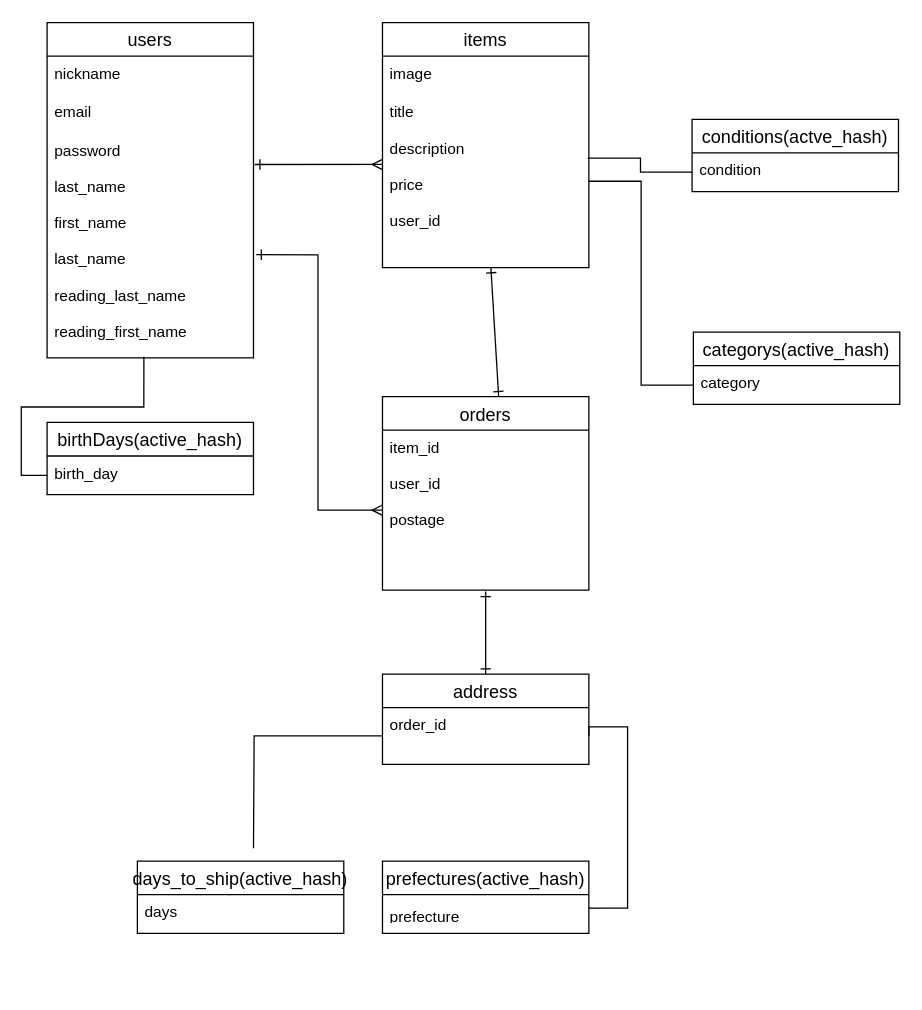
Earlier version of the draw.io diagram er.dio (maradonamania/furima-36256). Source tidied: cells renumbered, new cells numbered last; positions are measured from the earlier drawing's top-left corner, leaving out a move shared by most shapes. Both pictures are drawn from the tidied source at 129%, with x=0, y=0 at pixel (46, 22).
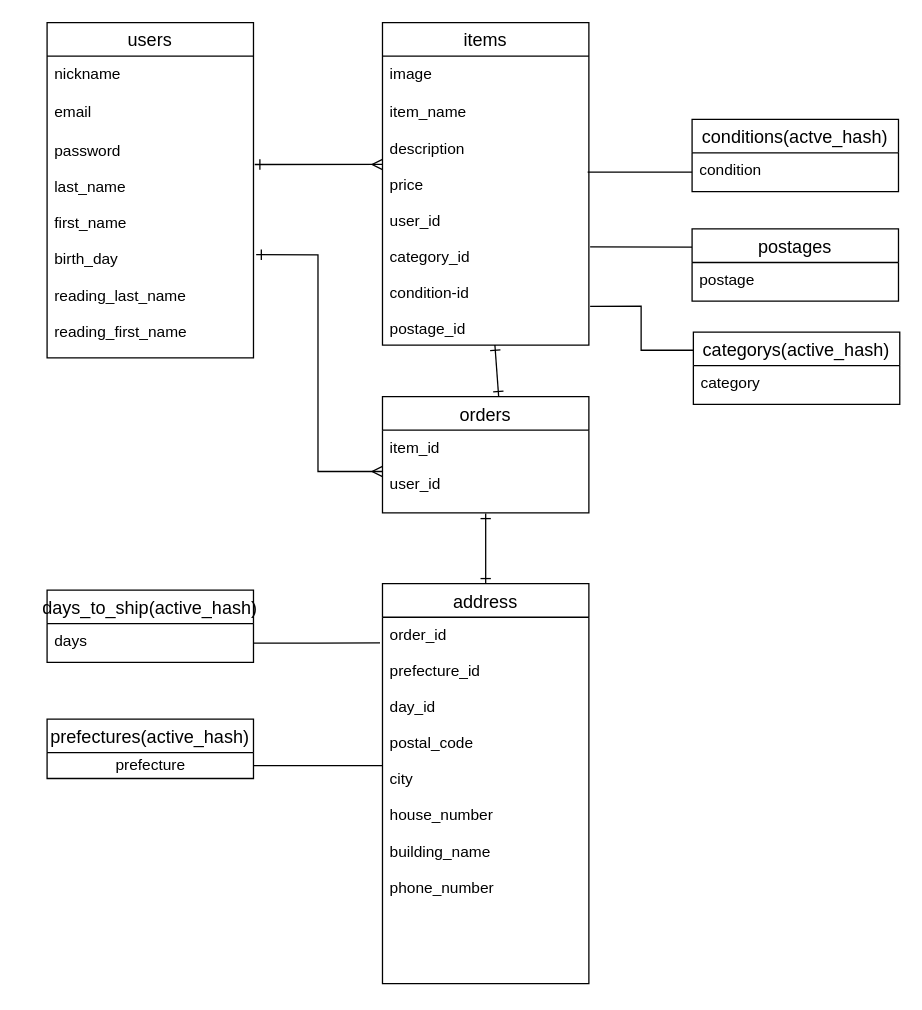
The same diagram, later.

Commit message (it also covers changes not shown here):
BD設計・ER図修正

The change refers to these unchanged cells:
```xml
<mxCell id="2" value="users" style="swimlane;fontStyle=0;horizontal=1;startSize=26;align=center;fontSize=14;" parent="1" vertex="1">
  <mxGeometry width="160" height="260" as="geometry" />
</mxCell>
<mxCell id="19" value="days" style="text;strokeColor=none;fillColor=none;spacingLeft=4;spacingRight=4;overflow=hidden;points=[[0,0.5],[1,0.5]];portConstraint=eastwest;fontSize=12;" parent="18" vertex="1">
  <mxGeometry y="26" width="160" height="30" as="geometry" />
</mxCell>
<mxCell id="28" value="condition" style="text;strokeColor=none;fillColor=none;spacingLeft=4;spacingRight=4;overflow=hidden;points=[[0,0.5],[1,0.5]];portConstraint=eastwest;fontSize=12;" parent="27" vertex="1">
  <mxGeometry y="26" width="160" height="30" as="geometry" />
</mxCell>
<mxCell id="29" value="categorys(active_hash)" style="swimlane;fontStyle=0;horizontal=1;startSize=26;align=center;fontSize=14;" parent="1" vertex="1">
  <mxGeometry x="501" y="240" width="160" height="56" as="geometry" />
</mxCell>
<mxCell id="30" value="category" style="text;strokeColor=none;fillColor=none;spacingLeft=4;spacingRight=4;overflow=hidden;points=[[0,0.5],[1,0.5]];portConstraint=eastwest;fontSize=12;" parent="29" vertex="1">
  <mxGeometry y="26" width="160" height="30" as="geometry" />
</mxCell>
```

The edit, as a diff of the source:
```diff
@@
-    <mxCell id="5" value="password&#10;&#10;last_name&#10;&#10;first_name&#10;&#10;last_name&#10;&#10;reading_last_name&#10;&#10;reading_first_name&#10;" style="text;strokeColor=none;fillColor=none;spacingLeft=4;spacingRight=4;overflow=hidden;points=[[0,0.5],[1,0.5]];portConstraint=eastwest;fontSize=12;" parent="2" vertex="1">
+    <mxCell id="5" value="password&#10;&#10;last_name&#10;&#10;first_name&#10;&#10;birth_day&#10;&#10;reading_last_name&#10;&#10;reading_first_name&#10;" style="text;strokeColor=none;fillColor=none;spacingLeft=4;spacingRight=4;overflow=hidden;points=[[0,0.5],[1,0.5]];portConstraint=eastwest;fontSize=12;" parent="2" vertex="1">
       <mxGeometry y="86" width="160" height="174" as="geometry" />
     </mxCell>
     <mxCell id="6" value="items" style="swimlane;fontStyle=0;horizontal=1;startSize=26;align=center;fontSize=14;" parent="1" vertex="1">
-      <mxGeometry x="260" width="160" height="190" as="geometry" />
+      <mxGeometry x="260" width="160" height="250" as="geometry" />
     </mxCell>
@@
-    <mxCell id="8" value="title&#10;&#10;description&#10;&#10;price&#10;&#10;user_id" style="text;strokeColor=none;fillColor=none;spacingLeft=4;spacingRight=4;overflow=hidden;points=[[0,0.5],[1,0.5]];portConstraint=eastwest;fontSize=12;" parent="6" vertex="1">
-      <mxGeometry y="56" width="160" height="134" as="geometry" />
+    <mxCell id="8" value="item_name&#10;&#10;description&#10;&#10;price&#10;&#10;user_id&#10;&#10;category_id&#10;&#10;condition-id&#10;&#10;postage_id&#10;" style="text;strokeColor=none;fillColor=none;spacingLeft=4;spacingRight=4;overflow=hidden;points=[[0,0.5],[1,0.5]];portConstraint=eastwest;fontSize=12;" parent="6" vertex="1">
+      <mxGeometry y="56" width="160" height="194" as="geometry" />
     </mxCell>
@@
     <mxCell id="10" value="orders" style="swimlane;fontStyle=0;horizontal=1;startSize=26;align=center;fontSize=14;" parent="1" vertex="1">
-      <mxGeometry x="260" y="290" width="160" height="150" as="geometry" />
+      <mxGeometry x="260" y="290" width="160" height="90" as="geometry" />
     </mxCell>
-    <mxCell id="11" value="item_id&#10;&#10;user_id&#10;&#10;postage" style="text;strokeColor=none;fillColor=none;spacingLeft=4;spacingRight=4;overflow=hidden;points=[[0,0.5],[1,0.5]];portConstraint=eastwest;fontSize=12;" parent="10" vertex="1">
-      <mxGeometry y="26" width="160" height="124" as="geometry" />
+    <mxCell id="11" value="item_id&#10;&#10;user_id&#10;" style="text;strokeColor=none;fillColor=none;spacingLeft=4;spacingRight=4;overflow=hidden;points=[[0,0.5],[1,0.5]];portConstraint=eastwest;fontSize=12;" parent="10" vertex="1">
+      <mxGeometry y="26" width="160" height="64" as="geometry" />
     </mxCell>
@@
     <mxCell id="13" value="address" style="swimlane;fontStyle=0;horizontal=1;startSize=26;align=center;fontSize=14;" parent="1" vertex="1">
-      <mxGeometry x="260" y="505" width="160" height="70" as="geometry" />
+      <mxGeometry x="260" y="435" width="160" height="310" as="geometry" />
     </mxCell>
-    <mxCell id="14" value="order_id" style="text;strokeColor=none;fillColor=none;spacingLeft=4;spacingRight=4;overflow=hidden;points=[[0,0.5],[1,0.5]];portConstraint=eastwest;fontSize=12;" parent="13" vertex="1">
-      <mxGeometry y="26" width="160" height="44" as="geometry" />
+    <mxCell id="14" value="order_id&#10;&#10;prefecture_id&#10;&#10;day_id&#10;&#10;postal_code&#10;&#10;city&#10;&#10;house_number&#10;&#10;building_name&#10;&#10;phone_number&#10;" style="text;strokeColor=none;fillColor=none;spacingLeft=4;spacingRight=4;overflow=hidden;points=[[0,0.5],[1,0.5]];portConstraint=eastwest;fontSize=12;" parent="13" vertex="1">
+      <mxGeometry y="26" width="160" height="284" as="geometry" />
     </mxCell>
@@
-    <mxCell id="16" value="birthDays(active_hash)" style="swimlane;fontStyle=0;horizontal=1;startSize=26;align=center;fontSize=14;" parent="1" vertex="1">
-      <mxGeometry y="310" width="160" height="56" as="geometry" />
-    </mxCell>
     <mxCell id="17" value="prefectures(active_hash)" style="swimlane;fontStyle=0;horizontal=1;startSize=26;align=center;fontSize=14;" parent="1" vertex="1">
-      <mxGeometry x="260" y="650" width="160" height="56" as="geometry" />
+      <mxGeometry y="540" width="160" height="46" as="geometry" />
     </mxCell>
+    <mxCell id="21" value="prefecture" style="text;html=1;align=center;verticalAlign=middle;points=[];strokeColor=none;" parent="17" vertex="1">
+      <mxGeometry y="26" width="160" height="20" as="geometry" />
+    </mxCell>
     <mxCell id="18" value="days_to_ship(active_hash)" style="swimlane;fontStyle=0;horizontal=1;startSize=26;align=center;fontSize=14;" parent="1" vertex="1">
-      <mxGeometry x="70" y="650" width="160" height="56" as="geometry" />
+      <mxGeometry y="440" width="160" height="56" as="geometry" />
     </mxCell>
@@
-    <mxCell id="20" style="edgeStyle=orthogonalEdgeStyle;rounded=0;jettySize=auto;html=1;entryX=1;entryY=0.5;entryDx=0;entryDy=0;startArrow=none;startFill=0;endArrow=none;endFill=0;endSize=6;strokeWidth=1;" parent="1" edge="1" source="21" target="14">
-      <mxGeometry relative="1" as="geometry">
-        <Array as="points">
-          <mxPoint x="450" y="687" />
-          <mxPoint x="450" y="546" />
-        </Array>
-      </mxGeometry>
-    </mxCell>
-    <mxCell id="21" value="prefecture" style="text;strokeColor=none;fillColor=none;spacingLeft=4;spacingRight=4;overflow=hidden;points=[[0,0.5],[1,0.5]];portConstraint=eastwest;fontSize=12;" parent="1" vertex="1">
-      <mxGeometry x="260" y="680" width="170" height="13" as="geometry" />
-    </mxCell>
-    <mxCell id="22" style="edgeStyle=orthogonalEdgeStyle;rounded=0;jettySize=auto;html=1;exitX=0;exitY=0.5;exitDx=0;exitDy=0;startArrow=none;startFill=0;endArrow=none;endFill=0;endSize=6;strokeWidth=1;" parent="1" edge="1" source="14">
-      <mxGeometry relative="1" as="geometry">
-        <mxPoint x="160" y="640" as="targetPoint" />
-      </mxGeometry>
-    </mxCell>
-    <mxCell id="23" style="edgeStyle=orthogonalEdgeStyle;rounded=0;orthogonalLoop=1;jettySize=auto;html=1;exitX=1;exitY=0.5;exitDx=0;exitDy=0;entryX=0.941;entryY=0.538;entryDx=0;entryDy=0;entryPerimeter=0;startArrow=none;startFill=0;endArrow=none;endFill=0;endSize=6;strokeWidth=1;" parent="1" edge="1" source="21" target="21">
-      <mxGeometry relative="1" as="geometry" />
-    </mxCell>
@@
-    <mxCell id="25" style="edgeStyle=orthogonalEdgeStyle;rounded=0;jettySize=auto;html=1;exitX=0;exitY=0.5;exitDx=0;exitDy=0;entryX=0.469;entryY=0.994;entryDx=0;entryDy=0;entryPerimeter=0;startArrow=none;startFill=0;endArrow=none;endFill=0;endSize=6;strokeWidth=1;" parent="1" edge="1" source="26" target="5">
-      <mxGeometry relative="1" as="geometry" />
-    </mxCell>
-    <mxCell id="26" value="birth_day" style="text;strokeColor=none;fillColor=none;spacingLeft=4;spacingRight=4;overflow=hidden;points=[[0,0.5],[1,0.5]];portConstraint=eastwest;fontSize=12;" parent="1" vertex="1">
-      <mxGeometry y="336" width="160" height="30" as="geometry" />
-    </mxCell>
@@
+    <mxCell id="33" style="edgeStyle=orthogonalEdgeStyle;rounded=0;jettySize=auto;html=1;exitX=0;exitY=0.25;exitDx=0;exitDy=0;entryX=1.006;entryY=0.845;entryDx=0;entryDy=0;entryPerimeter=0;endArrow=none;endFill=0;" parent="1" edge="1" source="29" target="8">
+      <mxGeometry relative="1" as="geometry" />
+    </mxCell>
@@
+    <mxCell id="34" style="edgeStyle=orthogonalEdgeStyle;rounded=0;jettySize=auto;html=1;exitX=0;exitY=0.25;exitDx=0;exitDy=0;entryX=1.006;entryY=0.608;entryDx=0;entryDy=0;entryPerimeter=0;endArrow=none;endFill=0;" parent="1" edge="1" source="35" target="8">
+      <mxGeometry relative="1" as="geometry" />
+    </mxCell>
+    <mxCell id="35" value="postages" style="swimlane;fontStyle=0;horizontal=1;startSize=26;align=center;fontSize=14;" parent="1" vertex="1">
+      <mxGeometry x="500" y="160" width="160" height="56" as="geometry" />
+    </mxCell>
+    <mxCell id="36" value="postage" style="text;strokeColor=none;fillColor=none;spacingLeft=4;spacingRight=4;overflow=hidden;fontSize=12;" parent="35" vertex="1">
+      <mxGeometry y="26" width="160" height="30" as="geometry" />
+    </mxCell>
-    <mxCell id="31" style="edgeStyle=orthogonalEdgeStyle;rounded=0;jettySize=auto;html=1;exitX=0;exitY=0.5;exitDx=0;exitDy=0;entryX=0.994;entryY=0.366;entryDx=0;entryDy=0;entryPerimeter=0;startArrow=none;startFill=0;endArrow=none;endFill=0;endSize=6;strokeWidth=1;" parent="1" edge="1" source="28" target="8">
+    <mxCell id="31" style="edgeStyle=orthogonalEdgeStyle;rounded=0;jettySize=auto;html=1;exitX=0;exitY=0.5;exitDx=0;exitDy=0;entryX=0.994;entryY=0.309;entryDx=0;entryDy=0;entryPerimeter=0;endArrow=none;endFill=0;" parent="1" edge="1" source="28" target="8">
       <mxGeometry relative="1" as="geometry" />
     </mxCell>
-    <mxCell id="32" style="edgeStyle=orthogonalEdgeStyle;rounded=0;jettySize=auto;html=1;exitX=0;exitY=0.5;exitDx=0;exitDy=0;startArrow=none;startFill=0;endArrow=none;endFill=0;endSize=6;strokeWidth=1;" parent="1" edge="1" source="30" target="8">
-      <mxGeometry relative="1" as="geometry" />
-    </mxCell>
+    <mxCell id="37" style="edgeStyle=orthogonalEdgeStyle;rounded=0;jettySize=auto;html=1;exitX=1;exitY=0.5;exitDx=0;exitDy=0;entryX=-0.012;entryY=0.07;entryDx=0;entryDy=0;entryPerimeter=0;endArrow=none;endFill=0;" parent="1" edge="1" source="19" target="14">
+      <mxGeometry relative="1" as="geometry" />
+    </mxCell>
+    <mxCell id="20" style="edgeStyle=orthogonalEdgeStyle;rounded=0;jettySize=auto;html=1;entryX=0;entryY=0.405;entryDx=0;entryDy=0;entryPerimeter=0;endArrow=none;endFill=0;" parent="1" edge="1" source="21" target="14">
+      <mxGeometry relative="1" as="geometry" />
+    </mxCell>
```
